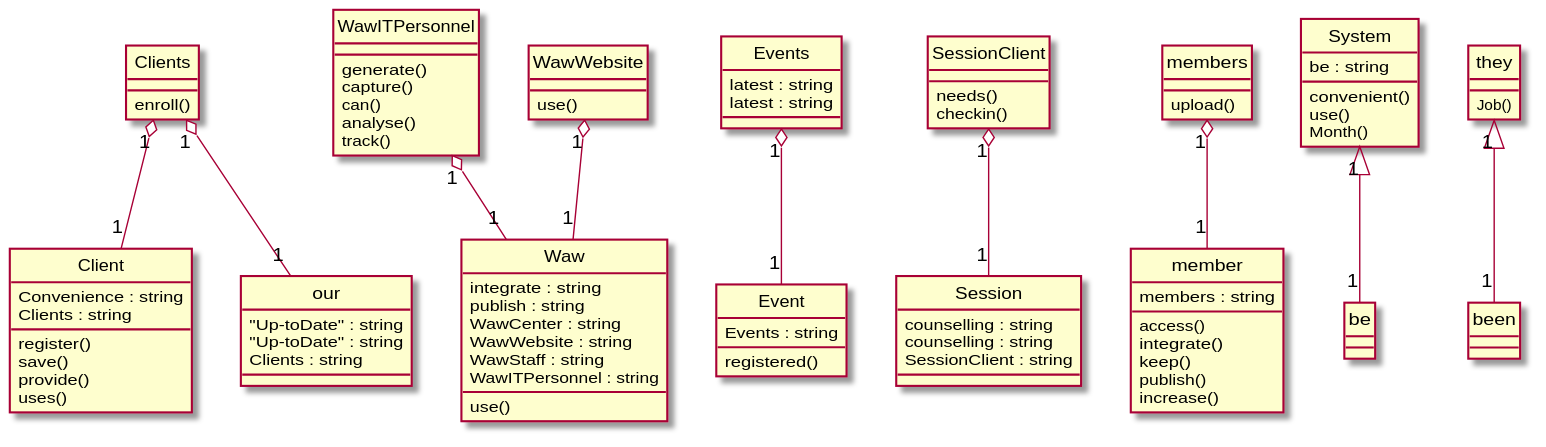
xixixhalu/DomainModelExtractor keeps this PlantUML diagram as Diagrams/2014-USC-Project14.svg. Above is the earlier version. Source of this version:
```plantuml
@startuml
hide circle
class Client {
	Convenience : string
	Clients : string
	register()
	save()
	provide()
	uses()
}
class Waw {
	integrate : string
	publish : string
	WawCenter : string
	WawWebsite : string
	WawStaff : string
	WawITPersonnel : string
	use()
}
class our {
	"Up-toDate" : string
	"Up-toDate" : string
	Clients : string
}
class Events {
	latest : string
	latest : string
}
class Session {
	counselling : string
	counselling : string
	SessionClient : string
}
class member {
	members : string
	access()
	integrate()
	keep()
	publish()
	increase()
}
class Event {
	Events : string
	registered()
}
class System {
	be : string
	convenient()
	use()
	Month()
}
class WawITPersonnel {
	generate()
	capture()
	can()
	analyse()
	track()
}
class members {
	upload()
}
class WawWebsite {
	use()
}
class SessionClient {
	needs()
	checkin()
}
class Clients {
	enroll()
}
class they {
	Job()
}
they "1" <|-- "1" been
members "1" o-- "1" member
Clients "1" o-- "1" Client
Events "1" o-- "1" Event
WawITPersonnel "1" o-- "1" Waw
WawWebsite "1" o-- "1" Waw
Clients "1" o-- "1" our
System "1" <|-- "1" be
SessionClient "1" o-- "1" Session
@enduml
```
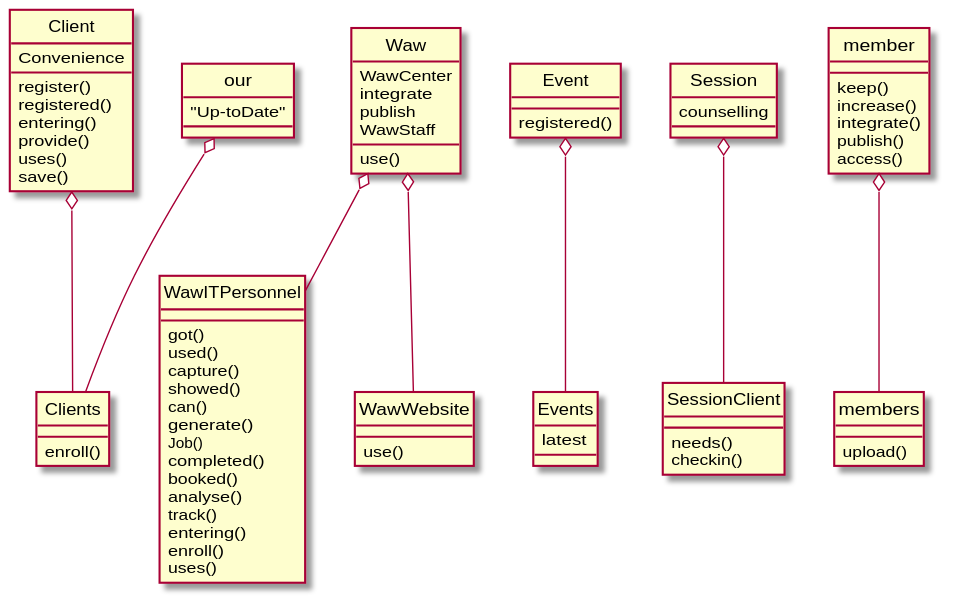
Above is the later version.

Diff of the diagram source:
```diff
@@ -1,60 +1,58 @@
 @startuml
 hide circle
 class Client {
-	Convenience : string
-	Clients : string
+	Convenience
 	register()
-	save()
+	registered()
+	entering()
 	provide()
 	uses()
+	save()
 }
 class Waw {
-	integrate : string
-	publish : string
-	WawCenter : string
-	WawWebsite : string
-	WawStaff : string
-	WawITPersonnel : string
+	WawCenter
+	integrate
+	publish
+	WawStaff
 	use()
 }
 class our {
-	"Up-toDate" : string
-	"Up-toDate" : string
-	Clients : string
+	"Up-toDate"
 }
 class Events {
-	latest : string
-	latest : string
+	latest
 }
 class Session {
-	counselling : string
-	counselling : string
-	SessionClient : string
+	counselling
+}
+class Event {
+	registered()
 }
 class member {
-	members : string
+	keep()
+	increase()
+	integrate()
+	publish()
 	access()
-	integrate()
-	keep()
-	publish()
-	increase()
-}
-class Event {
-	Events : string
-	registered()
-}
-class System {
-	be : string
-	convenient()
-	use()
-	Month()
 }
 class WawITPersonnel {
+	got()
+	used()
+	capture()
+	showed()
+	can()
 	generate()
-	capture()
-	can()
+	Job()
+	completed()
+	booked()
 	analyse()
 	track()
+	entering()
+	enroll()
+	uses()
+}
+class Clients {
+	enroll()
 }
 class members {
 	upload()
@@ -66,19 +64,11 @@
 	needs()
 	checkin()
 }
-class Clients {
-	enroll()
-}
-class they {
-	Job()
-}
-they "1" <|-- "1" been
-members "1" o-- "1" member
-Clients "1" o-- "1" Client
-Events "1" o-- "1" Event
-WawITPersonnel "1" o-- "1" Waw
-WawWebsite "1" o-- "1" Waw
-Clients "1" o-- "1" our
-System "1" <|-- "1" be
-SessionClient "1" o-- "1" Session
+our o-- Clients
+Session o-- SessionClient
+Event o-- Events
+Client o-- Clients
+member o-- members
+Waw o-- WawITPersonnel
+Waw o-- WawWebsite
 @enduml
```
